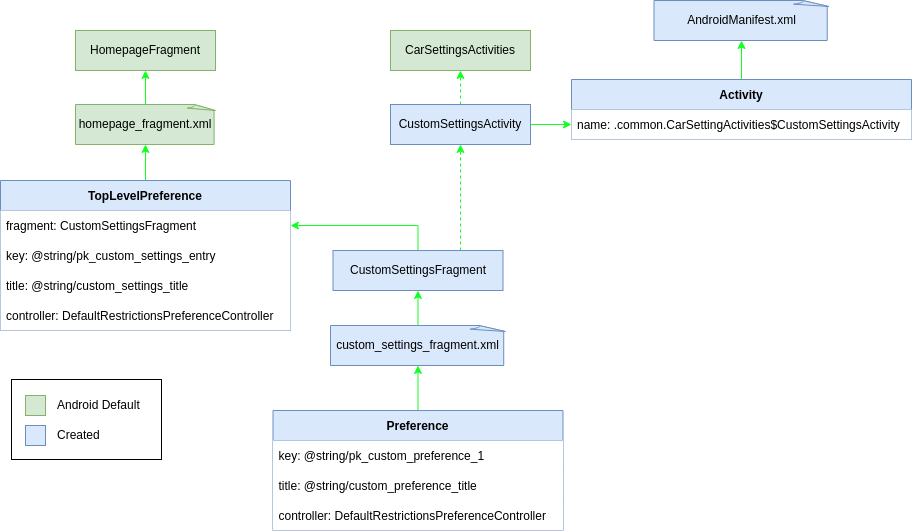
Above: readme/CarSettings.drawio.png in sudoariel/AOSP-CarSettings (draw.io), before the change. Source tidied: cells renumbered, new cells last; positions are measured from the earlier drawing's top-left corner, leaving out a move shared by most shapes.
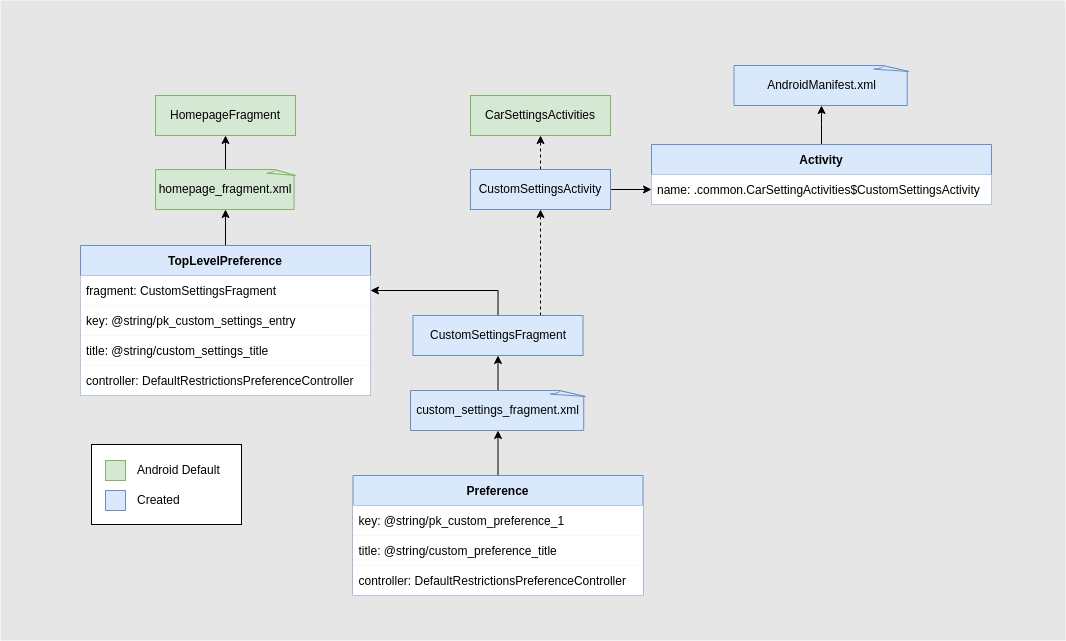
Later version of the same file.

The edit, as a diff of the source:
```diff
@@ -2,19 +2,22 @@
   <root>
     <mxCell id="0" />
     <mxCell id="1" parent="0" />
+    <mxCell id="34" style="rounded=0;whiteSpace=wrap;html=1;fontColor=#CCCCCC;strokeColor=none;fillColor=#E6E6E6;" parent="1" vertex="1">
+      <mxGeometry x="-80" y="-65" width="1065" height="640" as="geometry" />
+    </mxCell>
     <mxCell id="2" style="rounded=0;whiteSpace=wrap;html=1;labelBackgroundColor=#FFFFFF;strokeColor=default;fillColor=#FFFFFF;" parent="1" vertex="1">
       <mxGeometry x="11" y="379" width="150" height="80" as="geometry" />
     </mxCell>
     <mxCell id="3" value="HomepageFragment" style="rounded=0;whiteSpace=wrap;html=1;fillColor=#d5e8d4;strokeColor=#82b366;" parent="1" vertex="1">
       <mxGeometry x="75" y="30" width="140" height="40" as="geometry" />
     </mxCell>
-    <mxCell id="4" style="edgeStyle=orthogonalEdgeStyle;rounded=0;jettySize=auto;html=1;fillColor=#e3c800;strokeColor=#12FF22;fontColor=#12FF22;labelBackgroundColor=#12FF22;labelBorderColor=#12FF22;" parent="1" edge="1" source="5" target="3">
+    <mxCell id="4" style="edgeStyle=orthogonalEdgeStyle;rounded=0;jettySize=auto;html=1;fillColor=#e3c800;strokeColor=#000000;fontColor=#000000;labelBackgroundColor=#000000;labelBorderColor=none;" parent="1" edge="1" source="5" target="3">
       <mxGeometry relative="1" as="geometry" />
     </mxCell>
     <mxCell id="5" value="homepage_fragment.xml" style="whiteSpace=wrap;html=1;shape=mxgraph.basic.document;fillColor=#d5e8d4;strokeColor=#82b366;" parent="1" vertex="1">
       <mxGeometry x="75" y="104" width="140" height="40" as="geometry" />
     </mxCell>
-    <mxCell id="6" style="edgeStyle=orthogonalEdgeStyle;rounded=0;jettySize=auto;html=1;entryX=0.5;entryY=1;entryDx=0;entryDy=0;entryPerimeter=0;fillColor=#e3c800;strokeColor=#12FF22;" parent="1" edge="1" source="7" target="5">
+    <mxCell id="6" style="edgeStyle=orthogonalEdgeStyle;rounded=0;jettySize=auto;html=1;entryX=0.5;entryY=1;entryDx=0;entryDy=0;entryPerimeter=0;fillColor=#e3c800;strokeColor=#000000;fontColor=#000000;labelBackgroundColor=#000000;labelBorderColor=none;" parent="1" edge="1" source="7" target="5">
       <mxGeometry relative="1" as="geometry" />
     </mxCell>
     <mxCell id="7" value="TopLevelPreference" style="swimlane;fontStyle=1;horizontal=1;startSize=30;fillColor=#dae8fc;strokeColor=#6c8ebf;" parent="1" vertex="1">
@@ -32,22 +35,22 @@
     <mxCell id="11" value="controller: DefaultRestrictionsPreferenceController" style="text;strokeColor=none;fillColor=#FFFFFF;align=left;verticalAlign=middle;spacingLeft=4;spacingRight=4;overflow=hidden;" parent="7" vertex="1">
       <mxGeometry y="120" width="290" height="30" as="geometry" />
     </mxCell>
-    <mxCell id="12" style="edgeStyle=orthogonalEdgeStyle;rounded=0;jettySize=auto;html=1;exitX=0.5;exitY=0;exitDx=0;exitDy=0;entryX=1;entryY=0.5;entryDx=0;entryDy=0;fillColor=#e3c800;strokeColor=#12FF22;" parent="1" edge="1" source="14" target="8">
+    <mxCell id="12" style="edgeStyle=orthogonalEdgeStyle;rounded=0;jettySize=auto;html=1;exitX=0.5;exitY=0;exitDx=0;exitDy=0;entryX=1;entryY=0.5;entryDx=0;entryDy=0;fillColor=#e3c800;strokeColor=#000000;fontColor=#000000;labelBackgroundColor=#000000;labelBorderColor=none;" parent="1" edge="1" source="14" target="8">
       <mxGeometry relative="1" as="geometry" />
     </mxCell>
-    <mxCell id="13" style="edgeStyle=orthogonalEdgeStyle;rounded=0;jettySize=auto;html=1;entryX=0.5;entryY=1;entryDx=0;entryDy=0;dashed=1;exitX=0.75;exitY=0;exitDx=0;exitDy=0;fillColor=#e3c800;strokeColor=#12FF22;" parent="1" edge="1" source="14" target="25">
+    <mxCell id="13" style="edgeStyle=orthogonalEdgeStyle;rounded=0;jettySize=auto;html=1;entryX=0.5;entryY=1;entryDx=0;entryDy=0;dashed=1;exitX=0.75;exitY=0;exitDx=0;exitDy=0;fillColor=#e3c800;strokeColor=#000000;fontColor=#000000;labelBackgroundColor=#000000;labelBorderColor=none;" parent="1" edge="1" source="14" target="25">
       <mxGeometry relative="1" as="geometry" />
     </mxCell>
     <mxCell id="14" value="CustomSettingsFragment" style="rounded=0;whiteSpace=wrap;html=1;fillColor=#dae8fc;strokeColor=#6c8ebf;" parent="1" vertex="1">
       <mxGeometry x="332.5" y="250" width="170" height="40" as="geometry" />
     </mxCell>
-    <mxCell id="15" style="edgeStyle=orthogonalEdgeStyle;rounded=0;jettySize=auto;html=1;exitX=0.5;exitY=0;exitDx=0;exitDy=0;exitPerimeter=0;entryX=0.5;entryY=1;entryDx=0;entryDy=0;fillColor=#e3c800;strokeColor=#12FF22;" parent="1" edge="1" source="16" target="14">
+    <mxCell id="15" style="edgeStyle=orthogonalEdgeStyle;rounded=0;jettySize=auto;html=1;exitX=0.5;exitY=0;exitDx=0;exitDy=0;exitPerimeter=0;entryX=0.5;entryY=1;entryDx=0;entryDy=0;fillColor=#e3c800;strokeColor=#000000;fontColor=#000000;labelBackgroundColor=#000000;labelBorderColor=none;" parent="1" edge="1" source="16" target="14">
       <mxGeometry relative="1" as="geometry" />
     </mxCell>
     <mxCell id="16" value="custom_settings_fragment.xml" style="whiteSpace=wrap;html=1;shape=mxgraph.basic.document;fillColor=#dae8fc;strokeColor=#6c8ebf;" parent="1" vertex="1">
       <mxGeometry x="330" y="325" width="175" height="40" as="geometry" />
     </mxCell>
-    <mxCell id="17" style="edgeStyle=orthogonalEdgeStyle;rounded=0;jettySize=auto;html=1;entryX=0.5;entryY=1;entryDx=0;entryDy=0;entryPerimeter=0;fillColor=#e3c800;strokeColor=#12FF22;" parent="1" edge="1" source="18" target="16">
+    <mxCell id="17" style="edgeStyle=orthogonalEdgeStyle;rounded=0;jettySize=auto;html=1;entryX=0.5;entryY=1;entryDx=0;entryDy=0;entryPerimeter=0;fillColor=#e3c800;strokeColor=#000000;fontColor=#000000;labelBackgroundColor=#000000;labelBorderColor=none;" parent="1" edge="1" source="18" target="16">
       <mxGeometry relative="1" as="geometry" />
     </mxCell>
     <mxCell id="18" value="Preference" style="swimlane;fontStyle=1;horizontal=1;startSize=30;fillColor=#dae8fc;strokeColor=#6c8ebf;" parent="1" vertex="1">
@@ -65,10 +68,10 @@
     <mxCell id="22" value="CarSettingsActivities" style="rounded=0;whiteSpace=wrap;html=1;fillColor=#d5e8d4;strokeColor=#82b366;" parent="1" vertex="1">
       <mxGeometry x="390" y="30" width="140" height="40" as="geometry" />
     </mxCell>
-    <mxCell id="23" style="edgeStyle=orthogonalEdgeStyle;rounded=0;jettySize=auto;html=1;exitX=0.5;exitY=0;exitDx=0;exitDy=0;entryX=0.5;entryY=1;entryDx=0;entryDy=0;dashed=1;fillColor=#e3c800;strokeColor=#12FF22;" parent="1" edge="1" source="25" target="22">
+    <mxCell id="23" style="edgeStyle=orthogonalEdgeStyle;rounded=0;jettySize=auto;html=1;exitX=0.5;exitY=0;exitDx=0;exitDy=0;entryX=0.5;entryY=1;entryDx=0;entryDy=0;dashed=1;fillColor=#e3c800;strokeColor=#000000;fontColor=#000000;labelBackgroundColor=#000000;labelBorderColor=none;" parent="1" edge="1" source="25" target="22">
       <mxGeometry relative="1" as="geometry" />
     </mxCell>
-    <mxCell id="24" style="edgeStyle=orthogonalEdgeStyle;rounded=0;jettySize=auto;html=1;entryX=0;entryY=0.5;entryDx=0;entryDy=0;fillColor=#e3c800;strokeColor=#12FF22;" parent="1" edge="1" source="25" target="33">
+    <mxCell id="24" style="edgeStyle=orthogonalEdgeStyle;rounded=0;jettySize=auto;html=1;entryX=0;entryY=0.5;entryDx=0;entryDy=0;fillColor=#e3c800;strokeColor=#000000;fontColor=#000000;labelBackgroundColor=#000000;labelBorderColor=none;" parent="1" edge="1" source="25" target="33">
       <mxGeometry relative="1" as="geometry" />
     </mxCell>
     <mxCell id="25" value="CustomSettingsActivity" style="rounded=0;whiteSpace=wrap;html=1;fillColor=#dae8fc;strokeColor=#6c8ebf;" parent="1" vertex="1">
@@ -89,7 +92,7 @@
     <mxCell id="30" value="AndroidManifest.xml" style="whiteSpace=wrap;html=1;shape=mxgraph.basic.document;fillColor=#dae8fc;strokeColor=#6c8ebf;" parent="1" vertex="1">
       <mxGeometry x="653.5" width="175" height="40" as="geometry" />
     </mxCell>
-    <mxCell id="31" style="edgeStyle=orthogonalEdgeStyle;rounded=0;jettySize=auto;html=1;entryX=0.5;entryY=1;entryDx=0;entryDy=0;entryPerimeter=0;fillColor=#e3c800;strokeColor=#12FF22;" parent="1" edge="1" source="32" target="30">
+    <mxCell id="31" style="edgeStyle=orthogonalEdgeStyle;rounded=0;jettySize=auto;html=1;entryX=0.5;entryY=1;entryDx=0;entryDy=0;entryPerimeter=0;fillColor=#e3c800;strokeColor=#000000;fontColor=#000000;labelBackgroundColor=#000000;labelBorderColor=none;" parent="1" edge="1" source="32" target="30">
       <mxGeometry relative="1" as="geometry" />
     </mxCell>
     <mxCell id="32" value="Activity" style="swimlane;fontStyle=1;horizontal=1;startSize=30;fillColor=#dae8fc;strokeColor=#6c8ebf;" parent="1" vertex="1">
```
